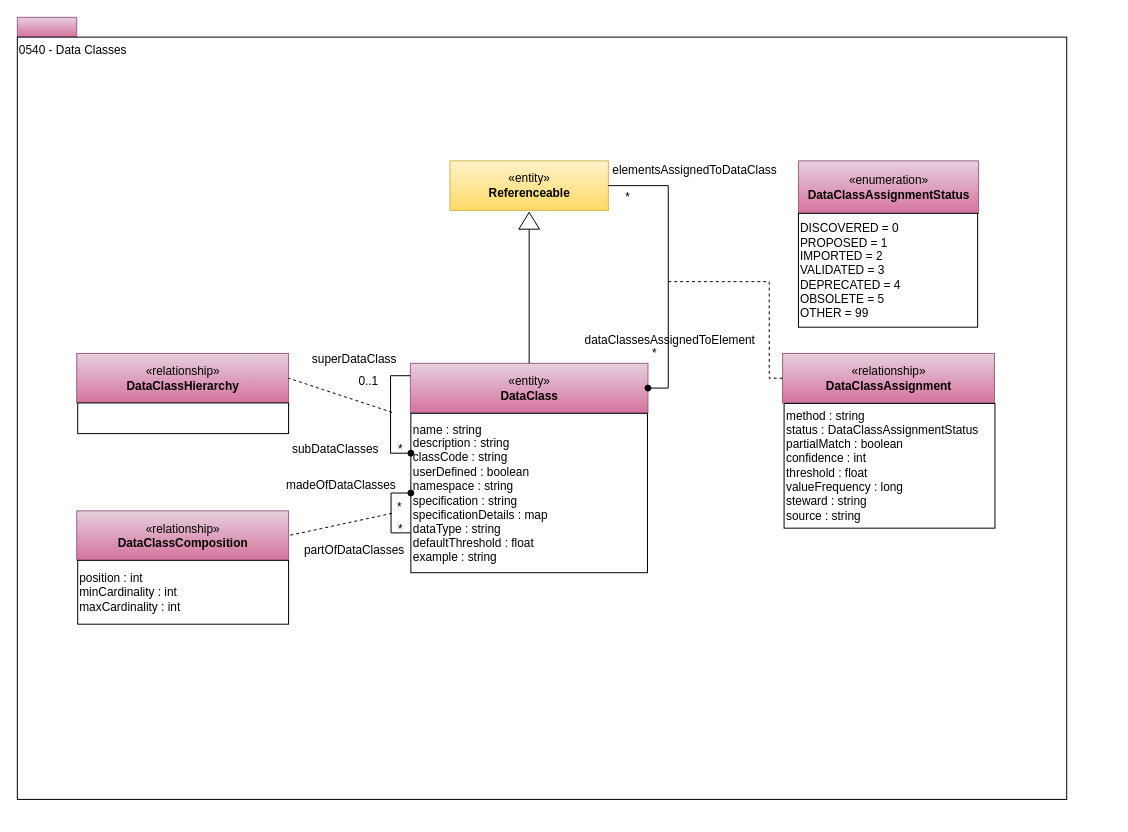
This is page "0540-Data-Classes" (25 of 34) of site/docs/types/5/area-5-models-and-schema.drawio from odpi/egeria-docs, a draw.io file, before an edit. Source tidied: cells renumbered, new cells numbered last; positions are measured from the earlier drawing's top-left corner, leaving out a move shared by most shapes. Both pictures are drawn from the tidied source at 99%, with x=0, y=0 at pixel (17, 17).
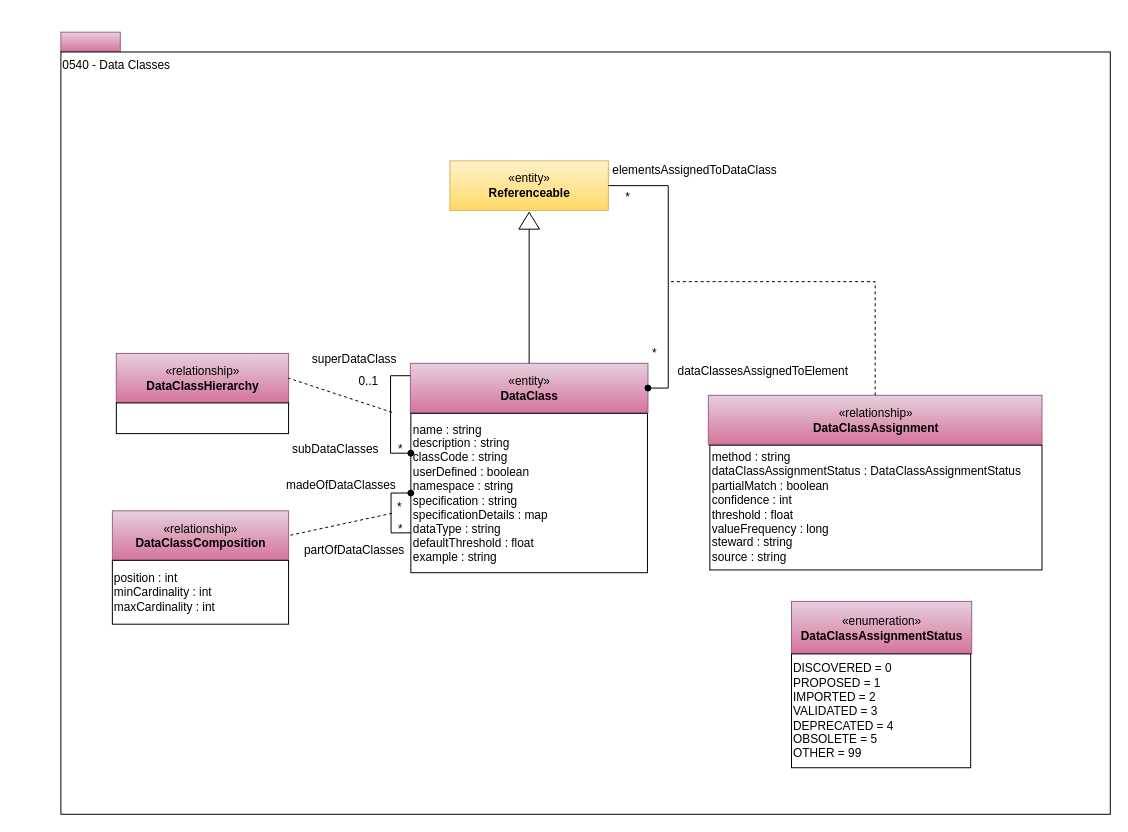
The same page after the edit.

Change to the diagram source:
```diff
@@
     <mxCell id="2" style="rounded=0;whiteSpace=wrap;html=1;align=left;fillColor=#e6d0de;strokeColor=#996185;gradientColor=#d5739d;" parent="1" vertex="1">
-      <mxGeometry width="60" height="20" as="geometry" />
+      <mxGeometry x="44" y="15" width="60" height="20" as="geometry" />
     </mxCell>
     <mxCell id="3" value="0540 - Data Classes" style="rounded=0;whiteSpace=wrap;html=1;align=left;verticalAlign=top;" parent="1" vertex="1">
-      <mxGeometry y="20" width="1060" height="770" as="geometry" />
+      <mxGeometry x="44" y="35" width="1060" height="770" as="geometry" />
     </mxCell>
@@
     <mxCell id="7" value="«relationship»&lt;br&gt;&lt;b&gt;DataClassHierarchy&lt;/b&gt;" style="html=1;strokeColor=#996185;align=center;fillColor=#e6d0de;gradientColor=#d5739d;" parent="1" vertex="1">
-      <mxGeometry x="60" y="339.5" width="214" height="50" as="geometry" />
+      <mxGeometry x="100" y="339.5" width="174" height="50" as="geometry" />
     </mxCell>
@@
     <mxCell id="9" style="rounded=0;whiteSpace=wrap;html=1;strokeColor=#000000;gradientColor=#ffffff;align=center;" parent="1" vertex="1">
-      <mxGeometry x="61" y="389.5" width="213" height="31" as="geometry" />
+      <mxGeometry x="100" y="389.5" width="174" height="31" as="geometry" />
     </mxCell>
@@
     <mxCell id="13" value="dataClassesAssignedToElement" style="text;html=1;strokeColor=none;fillColor=none;align=center;verticalAlign=middle;whiteSpace=wrap;rounded=0;" parent="1" vertex="1">
-      <mxGeometry x="597.5" y="315.5" width="123" height="20" as="geometry" />
+      <mxGeometry x="692" y="348" width="123" height="20" as="geometry" />
     </mxCell>
     <mxCell id="14" value="«enumeration»&lt;br&gt;&lt;b&gt;DataClassAssignmentStatus&lt;/b&gt;" style="html=1;strokeColor=#996185;align=center;fillColor=#e6d0de;gradientColor=#d5739d;" parent="1" vertex="1">
-      <mxGeometry x="789" y="145" width="182" height="53" as="geometry" />
+      <mxGeometry x="782" y="590" width="182" height="53" as="geometry" />
     </mxCell>
     <mxCell id="15" value="DISCOVERED = 0&lt;br&gt;PROPOSED = 1&lt;br&gt;IMPORTED = 2&lt;br&gt;VALIDATED = 3&lt;br&gt;DEPRECATED = 4&lt;br&gt;OBSOLETE = 5&lt;br&gt;OTHER = 99&lt;br&gt;" style="rounded=0;whiteSpace=wrap;html=1;strokeColor=#000000;gradientColor=#ffffff;align=left;" parent="1" vertex="1">
-      <mxGeometry x="789" y="198" width="181" height="115" as="geometry" />
+      <mxGeometry x="782" y="643" width="181" height="115" as="geometry" />
     </mxCell>
     <mxCell id="16" value="«relationship»&lt;br&gt;&lt;b&gt;DataClassAssignment&lt;/b&gt;" style="html=1;strokeColor=#996185;align=center;fillColor=#e6d0de;gradientColor=#d5739d;" parent="1" vertex="1">
-      <mxGeometry x="773" y="339.5" width="214" height="50" as="geometry" />
+      <mxGeometry x="698" y="381.8" width="337" height="50" as="geometry" />
     </mxCell>
-    <mxCell id="17" value="&lt;span&gt;method : string&lt;/span&gt;&lt;br&gt;&lt;span&gt;status : DataClassAssignmentStatus&lt;/span&gt;&lt;br&gt;&lt;span&gt;partialMatch : boolean&lt;/span&gt;&lt;br&gt;&lt;span&gt;confidence : int&lt;/span&gt;&lt;br&gt;&lt;span&gt;threshold : float&lt;/span&gt;&lt;br&gt;&lt;span&gt;valueFrequency : long&lt;/span&gt;&lt;br&gt;&lt;span&gt;steward : string&lt;/span&gt;&lt;br&gt;&lt;span&gt;source : string&lt;/span&gt;" style="rounded=0;whiteSpace=wrap;html=1;strokeColor=#000000;gradientColor=#ffffff;align=left;" parent="1" vertex="1">
-      <mxGeometry x="774.5" y="390" width="213" height="126" as="geometry" />
+    <mxCell id="17" value="&lt;span&gt;method : string&lt;/span&gt;&lt;br&gt;&lt;span&gt;dataClassAssignmentStatus : DataClassAssignmentStatus&lt;/span&gt;&lt;br&gt;&lt;span&gt;partialMatch : boolean&lt;/span&gt;&lt;br&gt;&lt;span&gt;confidence : int&lt;/span&gt;&lt;br&gt;&lt;span&gt;threshold : float&lt;/span&gt;&lt;br&gt;&lt;span&gt;valueFrequency : long&lt;/span&gt;&lt;br&gt;&lt;span&gt;steward : string&lt;/span&gt;&lt;br&gt;&lt;span&gt;source : string&lt;/span&gt;" style="rounded=0;whiteSpace=wrap;html=1;strokeColor=#000000;gradientColor=#ffffff;align=left;" parent="1" vertex="1">
+      <mxGeometry x="699.5" y="432.2" width="335.5" height="126" as="geometry" />
     </mxCell>
-    <mxCell id="18" style="endArrow=none;dashed=1;html=1;exitX=0;exitY=0.5;exitDx=0;exitDy=0;rounded=0;edgeStyle=orthogonalEdgeStyle;" parent="1" edge="1" source="16">
+    <mxCell id="18" style="endArrow=none;dashed=1;html=1;exitX=0.5;exitY=0;exitDx=0;exitDy=0;rounded=0;edgeStyle=orthogonalEdgeStyle;" parent="1" edge="1" source="16">
       <mxGeometry relative="1" as="geometry">
         <mxPoint x="657.5" y="267" as="targetPoint" />
         <Array as="points">
-          <mxPoint x="759.5" y="365" />
-          <mxPoint x="759.5" y="267" />
+          <mxPoint x="867" y="267" />
         </Array>
       </mxGeometry>
     </mxCell>
     <mxCell id="19" value="«relationship»&lt;br&gt;&lt;b&gt;DataClassComposition&lt;/b&gt;" style="html=1;strokeColor=#996185;align=center;fillColor=#e6d0de;gradientColor=#d5739d;" parent="1" vertex="1">
-      <mxGeometry x="60" y="498.5" width="214" height="50" as="geometry" />
+      <mxGeometry x="96" y="498.5" width="178" height="50" as="geometry" />
     </mxCell>
@@
     <mxCell id="21" value="position : int&lt;br&gt;minCardinality : int&lt;br&gt;maxCardinality : int" style="rounded=0;whiteSpace=wrap;html=1;strokeColor=#000000;gradientColor=#ffffff;align=left;" parent="1" vertex="1">
-      <mxGeometry x="61" y="548.5" width="213" height="64.5" as="geometry" />
+      <mxGeometry x="96" y="548.5" width="178" height="64.5" as="geometry" />
     </mxCell>
```
